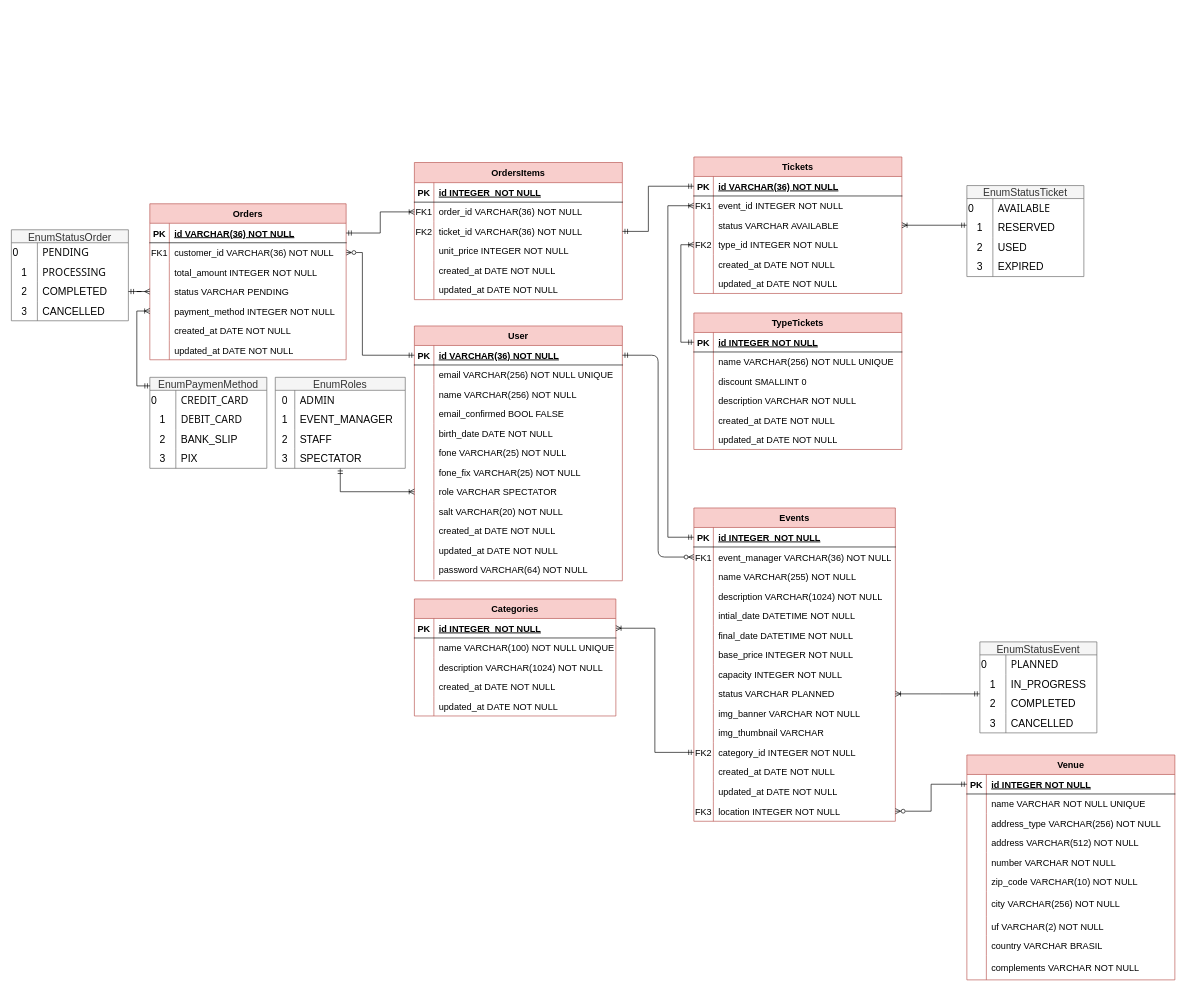
Earlier version of the draw.io diagram ticketeasypro/docs/Diagrama Entidade-Relacionamento.drawio (Christian4227/IES301_2024). Source tidied: cells renumbered, new cells numbered last; positions are measured from the earlier drawing's top-left corner, leaving out a move shared by most shapes. Both pictures are drawn from the tidied source at 65%, with x=0, y=0 at pixel (11, 157).
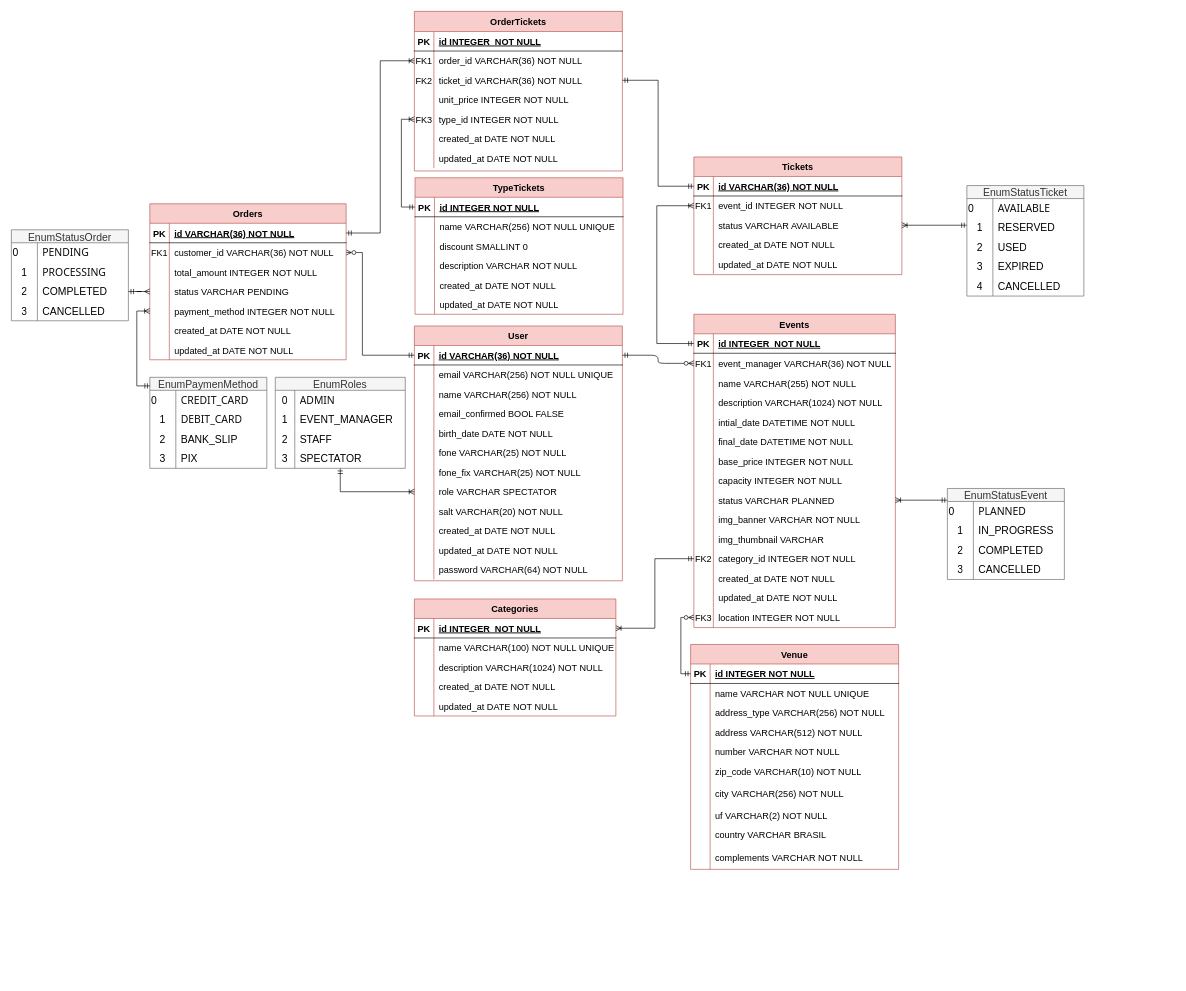
Above is the later version.

Unchanged cells that the change refers to:
```xml
<mxCell id="3" style="shape=partialRectangle;fillColor=none;points=[[0,0.5],[1,0.5]];portConstraint=eastwest;top=0;left=0;right=0;bottom=1;fontSize=14;" parent="2" vertex="1">
  <mxGeometry y="30" width="310" height="30" as="geometry" />
</mxCell>
<mxCell id="27" style="shape=partialRectangle;fillColor=none;points=[[0,0.5],[1,0.5]];portConstraint=eastwest;top=0;left=0;right=0;bottom=0;fontSize=14;" parent="2" vertex="1">
  <mxGeometry y="271" width="310" height="30" as="geometry" />
</mxCell>
<mxCell id="103" style="shape=partialRectangle;fillColor=none;points=[[0,0.5],[1,0.5]];portConstraint=eastwest;top=0;left=0;right=0;bottom=1;fontSize=14;" parent="102" vertex="1">
  <mxGeometry y="30" width="320" height="30" as="geometry" />
</mxCell>
<mxCell id="129" style="shape=partialRectangle;fillColor=none;points=[[0,0.5],[1,0.5]];portConstraint=eastwest;top=0;left=0;right=0;bottom=0;fontSize=14;" parent="122" vertex="1">
  <mxGeometry y="91" width="320" height="30" as="geometry" />
</mxCell>
<mxCell id="135" style="shape=partialRectangle;fillColor=none;points=[[0,0.5],[1,0.5]];portConstraint=eastwest;top=0;left=0;right=0;bottom=0;fontSize=14;" parent="122" vertex="1">
  <mxGeometry y="151" width="320" height="30" as="geometry" />
</mxCell>
<mxCell id="138" style="shape=partialRectangle;fillColor=none;top=0;left=0;right=0;bottom=0;fontSize=14;" parent="122" vertex="1">
  <mxGeometry y="181" width="320" height="30" as="geometry" />
</mxCell>
<mxCell id="171" style="shape=partialRectangle;fillColor=none;points=[[0,0.5],[1,0.5]];portConstraint=eastwest;top=0;left=0;right=0;bottom=1;fontSize=14;" parent="170" vertex="1">
  <mxGeometry y="30" width="320" height="30" as="geometry" />
</mxCell>
```

Diff of the diagram source:
```diff
@@
     <mxCell id="2" value="Events" style="shape=table;startSize=30;childLayout=tableLayout;rowLines=0;fontStyle=1;align=center;fillColor=#f8cecc;strokeColor=#b85450;fontSize=14;" parent="1" vertex="1">
-      <mxGeometry x="1050" y="540" width="310" height="482" as="geometry" />
+      <mxGeometry x="1050" y="242" width="310" height="482" as="geometry" />
     </mxCell>
@@
     <mxCell id="102" value="Tickets" style="shape=table;startSize=30;childLayout=tableLayout;rowLines=0;fontStyle=1;align=center;fillColor=#f8cecc;strokeColor=#b85450;fontSize=14;" parent="1" vertex="1">
-      <mxGeometry x="1050" width="320" height="210" as="geometry" />
+      <mxGeometry x="1050" width="320" height="181" as="geometry" />
     </mxCell>
@@
-    <mxCell id="112" style="shape=partialRectangle;fillColor=none;points=[[0,0.5],[1,0.5]];portConstraint=eastwest;top=0;left=0;right=0;bottom=0;fontSize=14;" parent="102" vertex="1">
-      <mxGeometry y="120" width="320" height="30" as="geometry" />
-    </mxCell>
-    <mxCell id="113" value="FK2" style="shape=partialRectangle;overflow=hidden;fillColor=none;top=0;left=0;bottom=0;right=0;fontSize=14;" parent="112" vertex="1">
-      <mxGeometry width="30" height="30" as="geometry" />
-    </mxCell>
-    <mxCell id="114" value="type_id INTEGER NOT NULL" style="shape=partialRectangle;overflow=hidden;fillColor=none;top=0;left=0;bottom=0;right=0;align=left;spacingLeft=6;fontSize=14;" parent="112" vertex="1">
-      <mxGeometry x="30" width="290" height="30" as="geometry" />
-    </mxCell>
     <mxCell id="115" style="shape=partialRectangle;fillColor=none;top=0;left=0;right=0;bottom=0;fontSize=14;" parent="102" vertex="1">
-      <mxGeometry y="150" width="320" height="30" as="geometry" />
+      <mxGeometry y="120" width="320" height="30" as="geometry" />
     </mxCell>
@@
     <mxCell id="118" style="shape=partialRectangle;fillColor=none;top=0;left=0;right=0;bottom=0;fontSize=14;" parent="102" vertex="1">
-      <mxGeometry y="180" width="320" height="30" as="geometry" />
+      <mxGeometry y="150" width="320" height="30" as="geometry" />
     </mxCell>
@@
     <mxCell id="121" style="edgeStyle=orthogonalEdgeStyle;rounded=0;jettySize=auto;html=1;endArrow=ERoneToMany;endFill=0;startArrow=ERmandOne;startFill=0;exitX=0;exitY=0.5;exitDx=0;exitDy=0;" parent="1" edge="1" source="3">
       <mxGeometry relative="1" as="geometry">
         <mxPoint x="1050" y="75" as="targetPoint" />
         <Array as="points">
-          <mxPoint x="1010" y="585" />
-          <mxPoint x="1010" y="75" />
+          <mxPoint x="993" y="287" />
+          <mxPoint x="993" y="75" />
         </Array>
       </mxGeometry>
     </mxCell>
-    <mxCell id="122" value="OrdersItems" style="shape=table;startSize=31;childLayout=tableLayout;rowLines=0;fontStyle=1;align=center;fillColor=#f8cecc;strokeColor=#b85450;fontSize=14;" parent="1" vertex="1">
-      <mxGeometry x="620" y="8.5" width="320" height="211" as="geometry" />
+    <mxCell id="122" value="OrderTickets" style="shape=table;startSize=31;childLayout=tableLayout;rowLines=0;fontStyle=1;align=center;fillColor=#f8cecc;strokeColor=#b85450;fontSize=14;" parent="1" vertex="1">
+      <mxGeometry x="620" y="-224" width="320" height="245.5" as="geometry" />
     </mxCell>
@@
-    <mxCell id="136" style="shape=partialRectangle;overflow=hidden;fillColor=none;top=0;left=0;bottom=0;right=0;fontSize=14;" parent="135" vertex="1">
+    <mxCell id="136" value="FK3" style="shape=partialRectangle;overflow=hidden;fillColor=none;top=0;left=0;bottom=0;right=0;fontSize=14;" parent="135" vertex="1">
       <mxGeometry width="30" height="30" as="geometry" />
     </mxCell>
-    <mxCell id="137" value="created_at DATE NOT NULL" style="shape=partialRectangle;overflow=hidden;fillColor=none;top=0;left=0;bottom=0;right=0;align=left;spacingLeft=6;fontSize=14;" parent="135" vertex="1">
+    <mxCell id="137" value="type_id INTEGER NOT NULL" style="shape=partialRectangle;overflow=hidden;fillColor=none;top=0;left=0;bottom=0;right=0;align=left;spacingLeft=6;fontSize=14;" parent="135" vertex="1">
       <mxGeometry x="30" width="290" height="30" as="geometry" />
     </mxCell>
@@
-    <mxCell id="140" value="updated_at DATE NOT NULL" style="shape=partialRectangle;overflow=hidden;fillColor=none;top=0;left=0;bottom=0;right=0;align=left;spacingLeft=6;fontSize=14;" parent="138" vertex="1">
+    <mxCell id="140" value="created_at DATE NOT NULL" style="shape=partialRectangle;overflow=hidden;fillColor=none;top=0;left=0;bottom=0;right=0;align=left;spacingLeft=6;fontSize=14;" parent="138" vertex="1">
       <mxGeometry x="30" width="290" height="30" as="geometry" />
     </mxCell>
+    <mxCell id="289" style="shape=partialRectangle;fillColor=none;top=0;left=0;right=0;bottom=0;fontSize=14;" parent="122" vertex="1">
+      <mxGeometry y="211" width="320" height="30" as="geometry" />
+    </mxCell>
+    <mxCell id="290" style="shape=partialRectangle;overflow=hidden;fillColor=none;top=0;left=0;bottom=0;right=0;fontSize=14;" parent="289" vertex="1">
+      <mxGeometry width="30" height="30" as="geometry" />
+    </mxCell>
+    <mxCell id="291" value="updated_at DATE NOT NULL" style="shape=partialRectangle;overflow=hidden;fillColor=none;top=0;left=0;bottom=0;right=0;align=left;spacingLeft=6;fontSize=14;" parent="289" vertex="1">
+      <mxGeometry x="30" width="290" height="30" as="geometry" />
+    </mxCell>
@@
     <mxCell id="143" value="EnumStatusTicket" style="shape=table;startSize=20;childLayout=tableLayout;rowLines=0;fontStyle=0;strokeColor=#666666;fontSize=16;fillColor=#f5f5f5;fontColor=#333333;" parent="1" vertex="1">
-      <mxGeometry x="1470" y="44" width="180" height="140" as="geometry" />
+      <mxGeometry x="1470" y="44" width="180" height="170" as="geometry" />
     </mxCell>
@@
+    <mxCell id="292" style="shape=tableRow;horizontal=0;startSize=0;swimlaneHead=0;swimlaneBody=0;top=0;left=0;bottom=0;right=0;fillColor=none;strokeColor=inherit;fontSize=16;" parent="143" vertex="1">
+      <mxGeometry y="140" width="180" height="30" as="geometry" />
+    </mxCell>
+    <mxCell id="293" value="4" style="shape=partialRectangle;html=1;whiteSpace=wrap;fillColor=none;top=0;left=0;bottom=0;right=0;overflow=hidden;strokeColor=inherit;fontSize=16;" parent="292" vertex="1">
+      <mxGeometry width="40" height="30" as="geometry" />
+    </mxCell>
+    <mxCell id="294" value="CANCELLED" style="shape=partialRectangle;html=1;whiteSpace=wrap;fillColor=none;top=0;left=0;bottom=0;right=0;align=left;spacingLeft=6;overflow=hidden;strokeColor=inherit;fontSize=16;" parent="292" vertex="1">
+      <mxGeometry x="40" width="140" height="30" as="geometry" />
+    </mxCell>
@@
     <mxCell id="170" value="TypeTickets" style="shape=table;startSize=30;childLayout=tableLayout;rowLines=0;fontStyle=1;align=center;fillColor=#f8cecc;strokeColor=#b85450;fontSize=14;" parent="1" vertex="1">
-      <mxGeometry x="1050" y="240" width="320" height="210" as="geometry" />
+      <mxGeometry x="621" y="32" width="320" height="210" as="geometry" />
     </mxCell>
@@
-    <mxCell id="189" style="edgeStyle=orthogonalEdgeStyle;rounded=0;jettySize=auto;html=1;exitX=0;exitY=0.5;exitDx=0;exitDy=0;entryX=0;entryY=0.5;entryDx=0;entryDy=0;endArrow=ERoneToMany;endFill=0;startArrow=ERmandOne;startFill=0;" parent="1" edge="1" source="171" target="112">
+    <mxCell id="189" style="edgeStyle=orthogonalEdgeStyle;rounded=0;jettySize=auto;html=1;exitX=0;exitY=0.5;exitDx=0;exitDy=0;entryX=0;entryY=0.5;entryDx=0;entryDy=0;endArrow=ERoneToMany;endFill=0;startArrow=ERmandOne;startFill=0;" parent="1" edge="1" source="171" target="135">
       <mxGeometry relative="1" as="geometry" />
     </mxCell>
@@
-    <mxCell id="241" style="edgeStyle=orthogonalEdgeStyle;rounded=0;jettySize=auto;html=1;entryX=1;entryY=0.5;entryDx=0;entryDy=0;startArrow=ERmandOne;startFill=0;endArrow=ERmandOne;endFill=0;" parent="1" edge="1" source="103" target="129">
-      <mxGeometry relative="1" as="geometry">
-        <Array as="points">
-          <mxPoint x="980" y="45" />
-          <mxPoint x="980" y="115" />
-        </Array>
-      </mxGeometry>
-    </mxCell>
     <mxCell id="242" style="edgeStyle=orthogonalEdgeStyle;rounded=0;jettySize=auto;html=1;entryX=1;entryY=0.5;entryDx=0;entryDy=0;endArrow=ERoneToMany;endFill=0;startArrow=ERmandOne;startFill=0;" parent="1" edge="1" source="243" target="27">
       <mxGeometry relative="1" as="geometry">
         <Array as="points">
-          <mxPoint x="1430" y="826" />
-          <mxPoint x="1430" y="826" />
+          <mxPoint x="1580" y="528" />
         </Array>
       </mxGeometry>
     </mxCell>
     <mxCell id="243" value="EnumStatusEvent" style="shape=table;startSize=20;childLayout=tableLayout;rowLines=0;fontStyle=0;strokeColor=#666666;fontSize=16;fillColor=#f5f5f5;fontColor=#333333;" parent="1" vertex="1">
-      <mxGeometry x="1490" y="746" width="180" height="140" as="geometry" />
+      <mxGeometry x="1440" y="510" width="180" height="140" as="geometry" />
     </mxCell>
@@
     <mxCell id="256" value="Venue" style="shape=table;startSize=30;childLayout=tableLayout;rowLines=0;fontStyle=1;align=center;fillColor=#f8cecc;strokeColor=#b85450;fontSize=14;" parent="1" vertex="1">
-      <mxGeometry x="1470" y="920" width="320" height="346" as="geometry" />
+      <mxGeometry x="1045" y="750" width="320" height="346" as="geometry" />
     </mxCell>
@@
+    <mxCell id="295" style="edgeStyle=orthogonalEdgeStyle;rounded=0;jettySize=auto;html=1;exitX=1;exitY=0.5;exitDx=0;exitDy=0;entryX=0;entryY=0.5;entryDx=0;entryDy=0;startArrow=ERmandOne;startFill=0;endArrow=ERmandOne;endFill=0;" parent="1" edge="1" source="129" target="103">
+      <mxGeometry relative="1" as="geometry">
+        <Array as="points">
+          <mxPoint x="995" y="-118" />
+          <mxPoint x="995" y="45" />
+        </Array>
+      </mxGeometry>
+    </mxCell>
```
